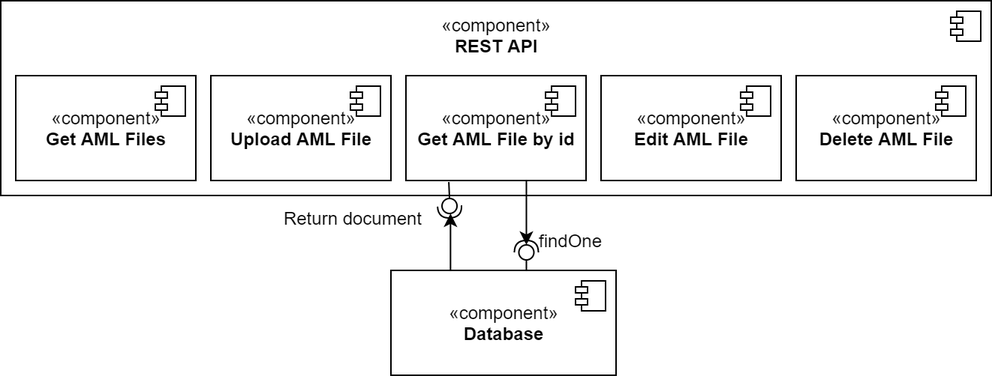
The draw.io diagram PROJECT/MODs (Modul Documentations)/assets/components_REST_API_SUB3.png in NurNils/aml-nosql-database-management, before a commit. Source tidied: cells renumbered, new cells last; positions are measured from the earlier drawing's top-left corner, leaving out a move shared by most shapes.
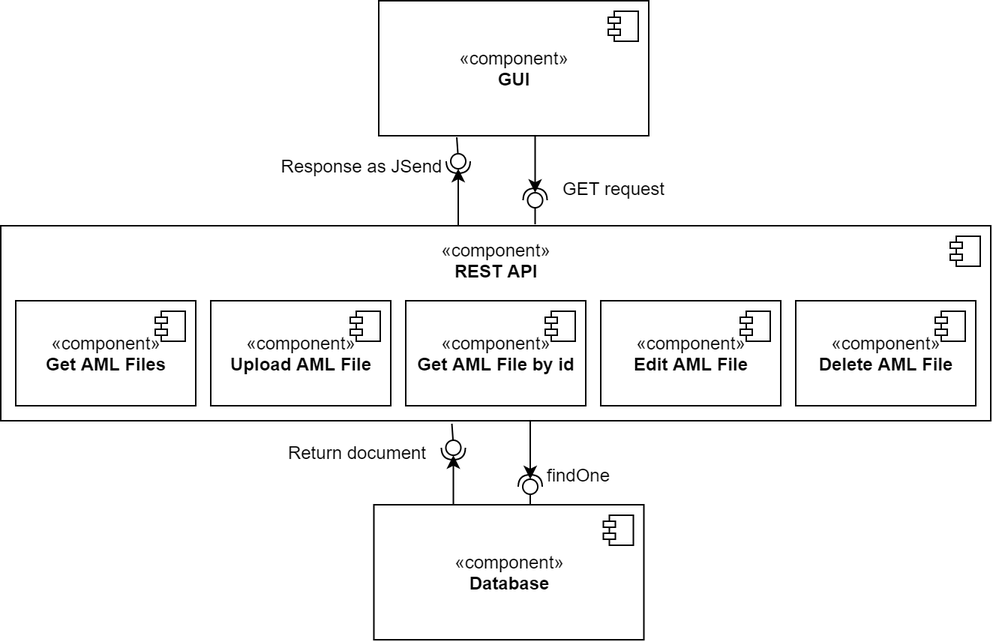
The same file after the commit.

Commit message:
Updated component diagrams

The edit, as a diff of the source:
```diff
@@ -2,117 +2,175 @@
   <root>
     <mxCell id="0" />
     <mxCell id="1" parent="0" />
-    <mxCell id="2" style="shape=module;jettyWidth=8;jettyHeight=4;" parent="1" vertex="1">
-      <mxGeometry x="393" y="2" width="20" height="20" as="geometry" />
-    </mxCell>
-    <mxCell id="3" style="group;" parent="1" vertex="1">
-      <mxGeometry width="660" height="170" as="geometry" />
-    </mxCell>
+    <mxCell id="30" style="group;rotation=90;" parent="1" vertex="1">
+      <mxGeometry x="274" y="-25" width="77.5" height="10" as="geometry" />
+    </mxCell>
+    <mxCell id="31" style="rounded=0;jettySize=auto;html=1;endArrow=none;endFill=0;" parent="30" edge="1" target="33">
+      <mxGeometry relative="1" as="geometry">
+        <mxPoint x="64" y="-34" as="sourcePoint" />
+      </mxGeometry>
+    </mxCell>
+    <mxCell id="32" style="rounded=0;jettySize=auto;html=1;endArrow=halfCircle;endFill=0;entryX=0.5;entryY=0.5;entryDx=0;entryDy=0;endSize=6;strokeWidth=1;" parent="30" edge="1" target="33">
+      <mxGeometry relative="1" as="geometry">
+        <mxPoint x="65" y="-6" as="sourcePoint" />
+      </mxGeometry>
+    </mxCell>
+    <mxCell id="33" style="ellipse;whiteSpace=wrap;html=1;fontFamily=Helvetica;fontSize=12;fontColor=#000000;align=center;strokeColor=#000000;fillColor=#ffffff;points=[];rotation=90;" parent="30" vertex="1">
+      <mxGeometry x="60" y="-23" width="10" height="10" as="geometry" />
+    </mxCell>
+    <mxCell id="34" style="endArrow=classic;html=1;" parent="30" edge="1">
+      <mxGeometry relative="1" as="geometry">
+        <mxPoint x="65" y="36" as="sourcePoint" />
+        <mxPoint x="65" y="-13" as="targetPoint" />
+      </mxGeometry>
+    </mxCell>
+    <mxCell id="35" style="group;rotation=-90;" parent="1" vertex="1">
+      <mxGeometry x="351.2" y="-45" width="77.5" height="10" as="geometry" />
+    </mxCell>
+    <mxCell id="36" style="rounded=0;jettySize=auto;html=1;endArrow=none;endFill=0;" parent="35" edge="1" target="38">
+      <mxGeometry relative="1" as="geometry">
+        <mxPoint x="39" y="44" as="sourcePoint" />
+      </mxGeometry>
+    </mxCell>
+    <mxCell id="37" style="rounded=0;jettySize=auto;html=1;endArrow=halfCircle;endFill=0;entryX=0.5;entryY=0.5;entryDx=0;entryDy=0;endSize=6;strokeWidth=1;" parent="35" edge="1" target="38">
+      <mxGeometry relative="1" as="geometry">
+        <mxPoint x="39" y="16" as="sourcePoint" />
+      </mxGeometry>
+    </mxCell>
+    <mxCell id="38" style="ellipse;whiteSpace=wrap;html=1;fontFamily=Helvetica;fontSize=12;fontColor=#000000;align=center;strokeColor=#000000;fillColor=#ffffff;points=[];rotation=-90;" parent="35" vertex="1">
+      <mxGeometry x="34" y="23" width="10" height="10" as="geometry" />
+    </mxCell>
+    <mxCell id="39" style="endArrow=classic;html=1;" parent="35" edge="1">
+      <mxGeometry relative="1" as="geometry">
+        <mxPoint x="39" y="-26" as="sourcePoint" />
+        <mxPoint x="39" y="23" as="targetPoint" />
+      </mxGeometry>
+    </mxCell>
+    <mxCell id="40" value="Response as JSend" style="text;html=1;strokeColor=none;fillColor=none;align=center;verticalAlign=middle;whiteSpace=wrap;rounded=0;" parent="1" vertex="1">
+      <mxGeometry x="220" y="-50" width="110" height="20" as="geometry" />
+    </mxCell>
+    <mxCell id="41" style="shape=module;jettyWidth=8;jettyHeight=4;" parent="1" vertex="1">
+      <mxGeometry x="427" y="2" width="20" height="20" as="geometry" />
+    </mxCell>
+    <mxCell id="42" value="GET request" style="text;html=1;strokeColor=none;fillColor=none;align=center;verticalAlign=middle;whiteSpace=wrap;rounded=0;" parent="1" vertex="1">
+      <mxGeometry x="400" y="-35" width="86" height="20" as="geometry" />
+    </mxCell>
+    <mxCell id="43" style="group;" parent="1" vertex="1">
+      <mxGeometry x="34" width="660" height="170" as="geometry" />
+    </mxCell>
+    <mxCell id="44" style="group;rotation=90;" parent="43" vertex="1">
+      <mxGeometry x="262.8" y="166" width="77.5" height="10" as="geometry" />
+    </mxCell>
+    <mxCell id="45" style="rounded=0;jettySize=auto;html=1;endArrow=none;endFill=0;" parent="44" edge="1" target="47">
+      <mxGeometry relative="1" as="geometry">
+        <mxPoint x="38" y="-34" as="sourcePoint" />
+      </mxGeometry>
+    </mxCell>
+    <mxCell id="46" style="rounded=0;jettySize=auto;html=1;endArrow=halfCircle;endFill=0;entryX=0.5;entryY=0.5;entryDx=0;entryDy=0;endSize=6;strokeWidth=1;" parent="44" edge="1" target="47">
+      <mxGeometry relative="1" as="geometry">
+        <mxPoint x="39" y="-6" as="sourcePoint" />
+      </mxGeometry>
+    </mxCell>
+    <mxCell id="47" style="ellipse;whiteSpace=wrap;html=1;fontFamily=Helvetica;fontSize=12;fontColor=#000000;align=center;strokeColor=#000000;fillColor=#ffffff;points=[];rotation=90;" parent="44" vertex="1">
+      <mxGeometry x="34" y="-23" width="10" height="10" as="geometry" />
+    </mxCell>
+    <mxCell id="48" style="endArrow=classic;html=1;" parent="44" edge="1">
+      <mxGeometry relative="1" as="geometry">
+        <mxPoint x="39" y="36" as="sourcePoint" />
+        <mxPoint x="39" y="-13" as="targetPoint" />
+      </mxGeometry>
+    </mxCell>
+    <mxCell id="49" style="group;rotation=-90;" parent="43" vertex="1">
+      <mxGeometry x="314" y="146" width="77.5" height="10" as="geometry" />
+    </mxCell>
+    <mxCell id="50" style="rounded=0;jettySize=auto;html=1;endArrow=none;endFill=0;" parent="49" edge="1" target="52">
+      <mxGeometry relative="1" as="geometry">
+        <mxPoint x="39" y="44" as="sourcePoint" />
+      </mxGeometry>
+    </mxCell>
+    <mxCell id="51" style="rounded=0;jettySize=auto;html=1;endArrow=halfCircle;endFill=0;entryX=0.5;entryY=0.5;entryDx=0;entryDy=0;endSize=6;strokeWidth=1;" parent="49" edge="1" target="52">
+      <mxGeometry relative="1" as="geometry">
+        <mxPoint x="39" y="16" as="sourcePoint" />
+      </mxGeometry>
+    </mxCell>
+    <mxCell id="52" style="ellipse;whiteSpace=wrap;html=1;fontFamily=Helvetica;fontSize=12;fontColor=#000000;align=center;strokeColor=#000000;fillColor=#ffffff;points=[];rotation=-90;" parent="49" vertex="1">
+      <mxGeometry x="34" y="23" width="10" height="10" as="geometry" />
+    </mxCell>
+    <mxCell id="53" style="endArrow=classic;html=1;" parent="49" edge="1">
+      <mxGeometry relative="1" as="geometry">
+        <mxPoint x="39" y="-26" as="sourcePoint" />
+        <mxPoint x="39" y="23" as="targetPoint" />
+      </mxGeometry>
+    </mxCell>
-    <mxCell id="4" value="«component»&lt;br&gt;&lt;b&gt;REST API&lt;br&gt;&lt;br&gt;&lt;br&gt;&lt;br&gt;&lt;br&gt;&lt;br&gt;&lt;br&gt;&lt;/b&gt;" style="html=1;" parent="3" vertex="1">
+    <mxCell id="4" value="«component»&lt;br&gt;&lt;b&gt;REST API&lt;br&gt;&lt;br&gt;&lt;br&gt;&lt;br&gt;&lt;br&gt;&lt;br&gt;&lt;br&gt;&lt;/b&gt;" style="html=1;" parent="43" vertex="1">
       <mxGeometry width="660" height="130" as="geometry" />
     </mxCell>
-    <mxCell id="5" style="shape=module;jettyWidth=8;jettyHeight=4;" parent="4" vertex="1">
-      <mxGeometry x="1" width="20" height="20" relative="1" as="geometry">
-        <mxPoint x="-27" y="7" as="offset" />
-      </mxGeometry>
-    </mxCell>
-    <mxCell id="6" style="group;rotation=-90;" parent="3" vertex="1">
-      <mxGeometry x="421.2" y="140" width="77.5" height="10" as="geometry" />
-    </mxCell>
-    <mxCell id="7" style="rounded=0;jettySize=auto;html=1;endArrow=halfCircle;endFill=0;entryX=0.5;entryY=0.5;entryDx=0;entryDy=0;endSize=6;strokeWidth=1;" parent="6" edge="1" target="8">
-      <mxGeometry relative="1" as="geometry">
-        <mxPoint x="-71" y="16" as="sourcePoint" />
-      </mxGeometry>
-    </mxCell>
-    <mxCell id="8" style="ellipse;whiteSpace=wrap;html=1;fontFamily=Helvetica;fontSize=12;fontColor=#000000;align=center;strokeColor=#000000;fillColor=#ffffff;points=[];rotation=-90;" parent="6" vertex="1">
-      <mxGeometry x="-76" y="23" width="10" height="10" as="geometry" />
-    </mxCell>
-    <mxCell id="9" style="rounded=0;jettySize=auto;html=1;endArrow=none;endFill=0;" parent="6" edge="1" target="8">
-      <mxGeometry relative="1" as="geometry">
-        <mxPoint x="-71" y="44" as="sourcePoint" />
-      </mxGeometry>
-    </mxCell>
-    <mxCell id="10" style="endArrow=classic;html=1;" parent="6" edge="1">
-      <mxGeometry relative="1" as="geometry">
-        <mxPoint x="-71" y="-26" as="sourcePoint" />
-        <mxPoint x="-71" y="23" as="targetPoint" />
-      </mxGeometry>
-    </mxCell>
+    <mxCell id="54" style="shape=module;jettyWidth=8;jettyHeight=4;" parent="4" vertex="1">
+      <mxGeometry x="1" width="20" height="20" relative="1" as="geometry">
+        <mxPoint x="-27" y="7" as="offset" />
+      </mxGeometry>
+    </mxCell>
-    <mxCell id="11" value="«component»&lt;br&gt;&lt;b&gt;Get AML Files&lt;/b&gt;" style="html=1;" parent="3" vertex="1">
+    <mxCell id="11" value="«component»&lt;br&gt;&lt;b&gt;Get AML Files&lt;/b&gt;" style="html=1;" parent="43" vertex="1">
       <mxGeometry x="10" y="50" width="120" height="70" as="geometry" />
     </mxCell>
-    <mxCell id="12" style="shape=module;jettyWidth=8;jettyHeight=4;" parent="11" vertex="1">
-      <mxGeometry x="1" width="20" height="20" relative="1" as="geometry">
-        <mxPoint x="-27" y="7" as="offset" />
-      </mxGeometry>
-    </mxCell>
+    <mxCell id="55" style="shape=module;jettyWidth=8;jettyHeight=4;" parent="11" vertex="1">
+      <mxGeometry x="1" width="20" height="20" relative="1" as="geometry">
+        <mxPoint x="-27" y="7" as="offset" />
+      </mxGeometry>
+    </mxCell>
-    <mxCell id="13" value="«component»&lt;br&gt;&lt;b&gt;Upload AML File&lt;/b&gt;" style="html=1;" parent="3" vertex="1">
+    <mxCell id="13" value="«component»&lt;br&gt;&lt;b&gt;Upload AML File&lt;/b&gt;" style="html=1;" parent="43" vertex="1">
       <mxGeometry x="140" y="50" width="120" height="70" as="geometry" />
     </mxCell>
-    <mxCell id="14" style="shape=module;jettyWidth=8;jettyHeight=4;" parent="13" vertex="1">
-      <mxGeometry x="1" width="20" height="20" relative="1" as="geometry">
-        <mxPoint x="-27" y="7" as="offset" />
-      </mxGeometry>
-    </mxCell>
+    <mxCell id="56" style="shape=module;jettyWidth=8;jettyHeight=4;" parent="13" vertex="1">
+      <mxGeometry x="1" width="20" height="20" relative="1" as="geometry">
+        <mxPoint x="-27" y="7" as="offset" />
+      </mxGeometry>
+    </mxCell>
-    <mxCell id="15" value="«component»&lt;br&gt;&lt;b&gt;Get AML File by id&lt;/b&gt;" style="html=1;" parent="3" vertex="1">
+    <mxCell id="15" value="«component»&lt;br&gt;&lt;b&gt;Get AML File by id&lt;/b&gt;" style="html=1;" parent="43" vertex="1">
       <mxGeometry x="270" y="50" width="120" height="70" as="geometry" />
     </mxCell>
-    <mxCell id="16" style="shape=module;jettyWidth=8;jettyHeight=4;" parent="15" vertex="1">
-      <mxGeometry x="1" width="20" height="20" relative="1" as="geometry">
-        <mxPoint x="-27" y="7" as="offset" />
-      </mxGeometry>
-    </mxCell>
+    <mxCell id="57" style="shape=module;jettyWidth=8;jettyHeight=4;" parent="15" vertex="1">
+      <mxGeometry x="1" width="20" height="20" relative="1" as="geometry">
+        <mxPoint x="-27" y="7" as="offset" />
+      </mxGeometry>
+    </mxCell>
-    <mxCell id="17" value="«component»&lt;br&gt;&lt;b&gt;Edit AML File&lt;/b&gt;" style="html=1;" parent="3" vertex="1">
+    <mxCell id="17" value="«component»&lt;br&gt;&lt;b&gt;Edit AML File&lt;/b&gt;" style="html=1;" parent="43" vertex="1">
       <mxGeometry x="400" y="50" width="120" height="70" as="geometry" />
     </mxCell>
-    <mxCell id="18" style="shape=module;jettyWidth=8;jettyHeight=4;" parent="17" vertex="1">
-      <mxGeometry x="1" width="20" height="20" relative="1" as="geometry">
-        <mxPoint x="-27" y="7" as="offset" />
-      </mxGeometry>
-    </mxCell>
+    <mxCell id="58" style="shape=module;jettyWidth=8;jettyHeight=4;" parent="17" vertex="1">
+      <mxGeometry x="1" width="20" height="20" relative="1" as="geometry">
+        <mxPoint x="-27" y="7" as="offset" />
+      </mxGeometry>
+    </mxCell>
-    <mxCell id="19" value="«component»&lt;br&gt;&lt;b&gt;Delete AML File&lt;/b&gt;" style="html=1;" parent="3" vertex="1">
+    <mxCell id="19" value="«component»&lt;br&gt;&lt;b&gt;Delete AML File&lt;/b&gt;" style="html=1;" parent="43" vertex="1">
       <mxGeometry x="530" y="50" width="120" height="70" as="geometry" />
     </mxCell>
-    <mxCell id="20" style="shape=module;jettyWidth=8;jettyHeight=4;" parent="19" vertex="1">
-      <mxGeometry x="1" width="20" height="20" relative="1" as="geometry">
-        <mxPoint x="-27" y="7" as="offset" />
-      </mxGeometry>
-    </mxCell>
+    <mxCell id="59" style="shape=module;jettyWidth=8;jettyHeight=4;" parent="19" vertex="1">
+      <mxGeometry x="1" width="20" height="20" relative="1" as="geometry">
+        <mxPoint x="-27" y="7" as="offset" />
+      </mxGeometry>
+    </mxCell>
-    <mxCell id="21" value="Return document" style="text;html=1;strokeColor=none;fillColor=none;align=center;verticalAlign=middle;whiteSpace=wrap;rounded=0;" parent="3" vertex="1">
-      <mxGeometry x="180" y="135" width="110" height="20" as="geometry" />
+    <mxCell id="21" value="Return document" style="text;html=1;strokeColor=none;fillColor=none;align=center;verticalAlign=middle;whiteSpace=wrap;rounded=0;" parent="43" vertex="1">
+      <mxGeometry x="182.8" y="141" width="110" height="20" as="geometry" />
     </mxCell>
-    <mxCell id="22" style="group;rotation=90;" parent="3" vertex="1">
-      <mxGeometry x="250" y="160" width="87.5" height="10" as="geometry" />
-    </mxCell>
-    <mxCell id="23" style="rounded=0;jettySize=auto;html=1;endArrow=none;endFill=0;" parent="22" edge="1" target="25">
-      <mxGeometry relative="1" as="geometry">
-        <mxPoint x="48.5" y="-39" as="sourcePoint" />
-      </mxGeometry>
-    </mxCell>
-    <mxCell id="24" style="rounded=0;jettySize=auto;html=1;endArrow=halfCircle;endFill=0;entryX=0.5;entryY=0.5;entryDx=0;entryDy=0;endSize=6;strokeWidth=1;" parent="22" edge="1" target="25">
-      <mxGeometry relative="1" as="geometry">
-        <mxPoint x="49.7" y="-11" as="sourcePoint" />
-      </mxGeometry>
-    </mxCell>
-    <mxCell id="25" style="ellipse;whiteSpace=wrap;html=1;fontFamily=Helvetica;fontSize=12;fontColor=#000000;align=center;strokeColor=#000000;fillColor=#ffffff;points=[];rotation=90;" parent="22" vertex="1">
-      <mxGeometry x="44" y="-28" width="10" height="10" as="geometry" />
-    </mxCell>
-    <mxCell id="26" style="endArrow=classic;html=1;" parent="22" edge="1">
-      <mxGeometry relative="1" as="geometry">
-        <mxPoint x="49.7" y="31" as="sourcePoint" />
-        <mxPoint x="49.7" y="-18" as="targetPoint" />
-      </mxGeometry>
-    </mxCell>
     <mxCell id="27" value="«component»&lt;br&gt;&lt;b&gt;Database&lt;/b&gt;" style="html=1;" parent="1" vertex="1">
-      <mxGeometry x="260" y="180" width="150" height="70" as="geometry" />
+      <mxGeometry x="282.8" y="186" width="180" height="90" as="geometry" />
     </mxCell>
-    <mxCell id="28" style="shape=module;jettyWidth=8;jettyHeight=4;" parent="27" vertex="1">
-      <mxGeometry x="1" width="20" height="20" relative="1" as="geometry">
-        <mxPoint x="-27" y="7" as="offset" />
-      </mxGeometry>
-    </mxCell>
+    <mxCell id="60" style="shape=module;jettyWidth=8;jettyHeight=4;" parent="27" vertex="1">
+      <mxGeometry x="1" width="20" height="20" relative="1" as="geometry">
+        <mxPoint x="-27" y="7" as="offset" />
+      </mxGeometry>
+    </mxCell>
     <mxCell id="29" value="findOne" style="text;html=1;strokeColor=none;fillColor=none;align=center;verticalAlign=middle;whiteSpace=wrap;rounded=0;" parent="1" vertex="1">
-      <mxGeometry x="360" y="150" width="40" height="20" as="geometry" />
+      <mxGeometry x="396.8" y="156" width="44.8" height="20" as="geometry" />
     </mxCell>
+    <mxCell id="61" value="«component»&lt;br&gt;&lt;b&gt;GUI&lt;/b&gt;" style="html=1;" parent="1" vertex="1">
+      <mxGeometry x="286" y="-150" width="180" height="90" as="geometry" />
+    </mxCell>
+    <mxCell id="62" style="shape=module;jettyWidth=8;jettyHeight=4;" parent="61" vertex="1">
+      <mxGeometry x="1" width="20" height="20" relative="1" as="geometry">
+        <mxPoint x="-27" y="7" as="offset" />
+      </mxGeometry>
+    </mxCell>
   </root>
 </mxGraphModel>
```
